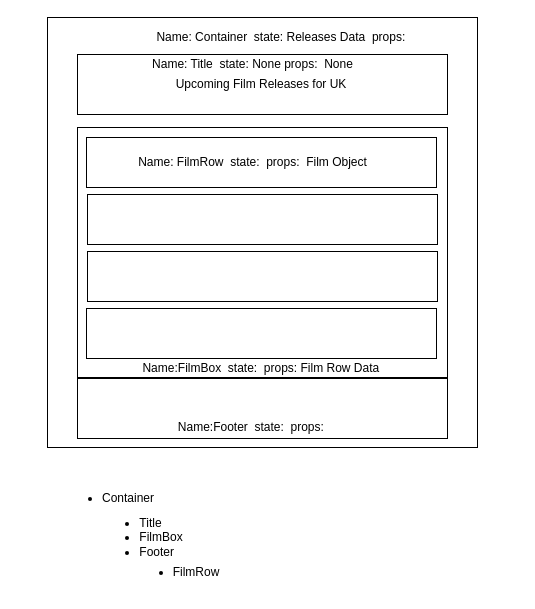
lushpurr/imdb_upcoming_releases keeps this draw.io diagram as Diagrams/imdb_upcoming.drawio. Above is the earlier version. Source tidied: cells renumbered, new cells numbered last; positions are measured from the earlier drawing's top-left corner, leaving out a move shared by most shapes. Both pictures are drawn from the tidied source at 100%, with x=0, y=0 at pixel (17, 17).
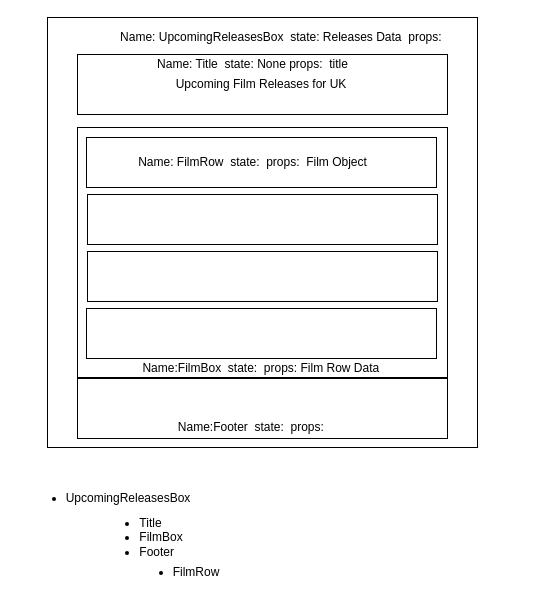
Above is the later version.

Commit message (it also covers changes not shown here):
added diagram - FilmBox - Title - Footer - UpcomingReleases - Components added

The edit, as a diff of the source:
```diff
@@
 <mxGraphModel>
   <root>
     <mxCell id="0" />
     <mxCell id="1" parent="0" />
     <mxCell id="2" style="whiteSpace=wrap;html=1;" parent="1" vertex="1">
       <mxGeometry x="30" width="430" height="430" as="geometry" />
     </mxCell>
     <mxCell id="3" style="rounded=0;whiteSpace=wrap;html=1;" parent="1" vertex="1">
       <mxGeometry x="60" y="110" width="370" height="250" as="geometry" />
     </mxCell>
     <mxCell id="4" style="rounded=0;whiteSpace=wrap;html=1;" parent="1" vertex="1">
       <mxGeometry x="60" y="37" width="370" height="60" as="geometry" />
     </mxCell>
     <mxCell id="5" value="Upcoming Film Releases for UK" style="text;html=1;strokeColor=none;fillColor=none;align=center;verticalAlign=middle;whiteSpace=wrap;rounded=0;" parent="1" vertex="1">
       <mxGeometry x="109" y="57" width="270" height="20" as="geometry" />
     </mxCell>
     <mxCell id="6" style="rounded=0;whiteSpace=wrap;html=1;" parent="1" vertex="1">
       <mxGeometry x="60" y="361" width="370" height="60" as="geometry" />
     </mxCell>
     <mxCell id="7" style="rounded=0;whiteSpace=wrap;html=1;" parent="1" vertex="1">
       <mxGeometry x="69" y="120" width="350" height="50" as="geometry" />
     </mxCell>
     <mxCell id="8" style="rounded=0;whiteSpace=wrap;html=1;" parent="1" vertex="1">
       <mxGeometry x="70" y="177" width="350" height="50" as="geometry" />
     </mxCell>
     <mxCell id="9" style="rounded=0;whiteSpace=wrap;html=1;" parent="1" vertex="1">
       <mxGeometry x="70" y="234" width="350" height="50" as="geometry" />
     </mxCell>
     <mxCell id="10" style="rounded=0;whiteSpace=wrap;html=1;" parent="1" vertex="1">
       <mxGeometry x="69" y="291" width="350" height="50" as="geometry" />
     </mxCell>
-    <mxCell id="11" value="Name: Title&amp;nbsp; state: None props:&amp;nbsp; None" style="text;html=1;strokeColor=none;fillColor=none;align=center;verticalAlign=middle;whiteSpace=wrap;rounded=0;" parent="1" vertex="1">
+    <mxCell id="11" value="Name: Title&amp;nbsp; state: None props:&amp;nbsp; title" style="text;html=1;strokeColor=none;fillColor=none;align=center;verticalAlign=middle;whiteSpace=wrap;rounded=0;" parent="1" vertex="1">
       <mxGeometry y="37" width="471" height="20" as="geometry" />
     </mxCell>
-    <mxCell id="12" value="Name: Container&amp;nbsp; state: Releases Data&amp;nbsp; props:&amp;nbsp;" style="text;html=1;strokeColor=none;fillColor=none;align=center;verticalAlign=middle;whiteSpace=wrap;rounded=0;" parent="1" vertex="1">
+    <mxCell id="12" value="Name: UpcomingReleasesBox&amp;nbsp; state: Releases Data&amp;nbsp; props:&amp;nbsp;" style="text;html=1;strokeColor=none;fillColor=none;align=center;verticalAlign=middle;whiteSpace=wrap;rounded=0;" parent="1" vertex="1">
       <mxGeometry x="30" y="10" width="471" height="20" as="geometry" />
     </mxCell>
     <mxCell id="13" value="Name:Footer&amp;nbsp; state:&amp;nbsp; props:&amp;nbsp;" style="text;html=1;strokeColor=none;fillColor=none;align=center;verticalAlign=middle;whiteSpace=wrap;rounded=0;" parent="1" vertex="1">
       <mxGeometry y="400" width="471" height="20" as="geometry" />
     </mxCell>
     <mxCell id="14" value="Name: FilmRow&amp;nbsp; state:&amp;nbsp; props:&amp;nbsp; Film Object" style="text;html=1;strokeColor=none;fillColor=none;align=center;verticalAlign=middle;whiteSpace=wrap;rounded=0;" parent="1" vertex="1">
       <mxGeometry y="135" width="471" height="20" as="geometry" />
     </mxCell>
-    <mxCell id="15" value="&lt;div style=&quot;text-align: left&quot;&gt;&lt;ul&gt;&lt;li&gt;&lt;span&gt;Container&lt;/span&gt;&lt;/li&gt;&lt;/ul&gt;&lt;/div&gt;" style="text;html=1;strokeColor=none;fillColor=none;align=center;verticalAlign=middle;whiteSpace=wrap;rounded=0;" parent="1" vertex="1">
+    <mxCell id="15" value="&lt;div style=&quot;text-align: left&quot;&gt;&lt;ul&gt;&lt;li&gt;&lt;span&gt;UpcomingReleasesBox&lt;/span&gt;&lt;/li&gt;&lt;/ul&gt;&lt;/div&gt;" style="text;html=1;strokeColor=none;fillColor=none;align=center;verticalAlign=middle;whiteSpace=wrap;rounded=0;" parent="1" vertex="1">
       <mxGeometry x="71" y="471" width="40" height="20" as="geometry" />
     </mxCell>
     <mxCell id="16" value="&lt;div style=&quot;text-align: left&quot;&gt;&lt;ul&gt;&lt;li&gt;&lt;span&gt;Title&lt;/span&gt;&lt;/li&gt;&lt;li&gt;&lt;span&gt;FilmBox&lt;/span&gt;&lt;/li&gt;&lt;li&gt;Footer&lt;/li&gt;&lt;/ul&gt;&lt;/div&gt;" style="text;html=1;strokeColor=none;fillColor=none;align=center;verticalAlign=middle;whiteSpace=wrap;rounded=0;" parent="1" vertex="1">
       <mxGeometry x="69" y="510" width="110" height="20" as="geometry" />
     </mxCell>
     <mxCell id="17" value="&lt;div style=&quot;text-align: left&quot;&gt;&lt;ul&gt;&lt;li&gt;&lt;span&gt;FilmRow&lt;/span&gt;&lt;/li&gt;&lt;/ul&gt;&lt;/div&gt;" style="text;html=1;strokeColor=none;fillColor=none;align=center;verticalAlign=middle;whiteSpace=wrap;rounded=0;" parent="1" vertex="1">
       <mxGeometry x="139" y="545" width="40" height="20" as="geometry" />
     </mxCell>
     <mxCell id="18" value="Name:FilmBox&amp;nbsp; state:&amp;nbsp; props: Film Row Data&amp;nbsp;" style="text;html=1;strokeColor=none;fillColor=none;align=center;verticalAlign=middle;whiteSpace=wrap;rounded=0;" parent="1" vertex="1">
       <mxGeometry x="9.5" y="341" width="471" height="20" as="geometry" />
     </mxCell>
   </root>
 </mxGraphModel>
```
